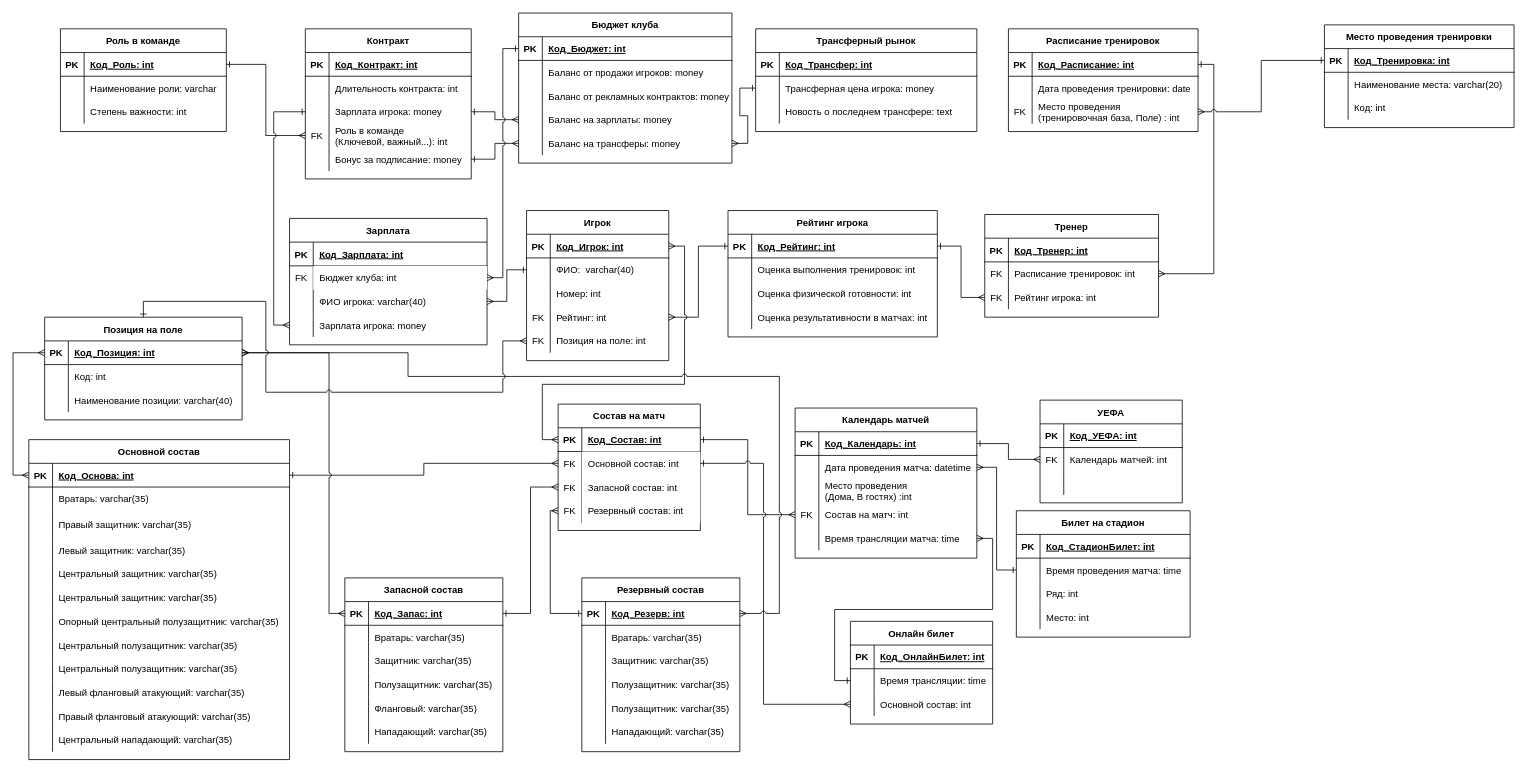
Earlier version of the draw.io diagram page "Page-1" (1 of 2) of ER Diagramm.drawio (Alexsander996/football). Source tidied: cells renumbered, new cells numbered last; positions are measured from the earlier drawing's top-left corner, leaving out a move shared by most shapes. Both pictures are drawn from the tidied source at 79%, with x=0, y=0 at pixel (13, 13).
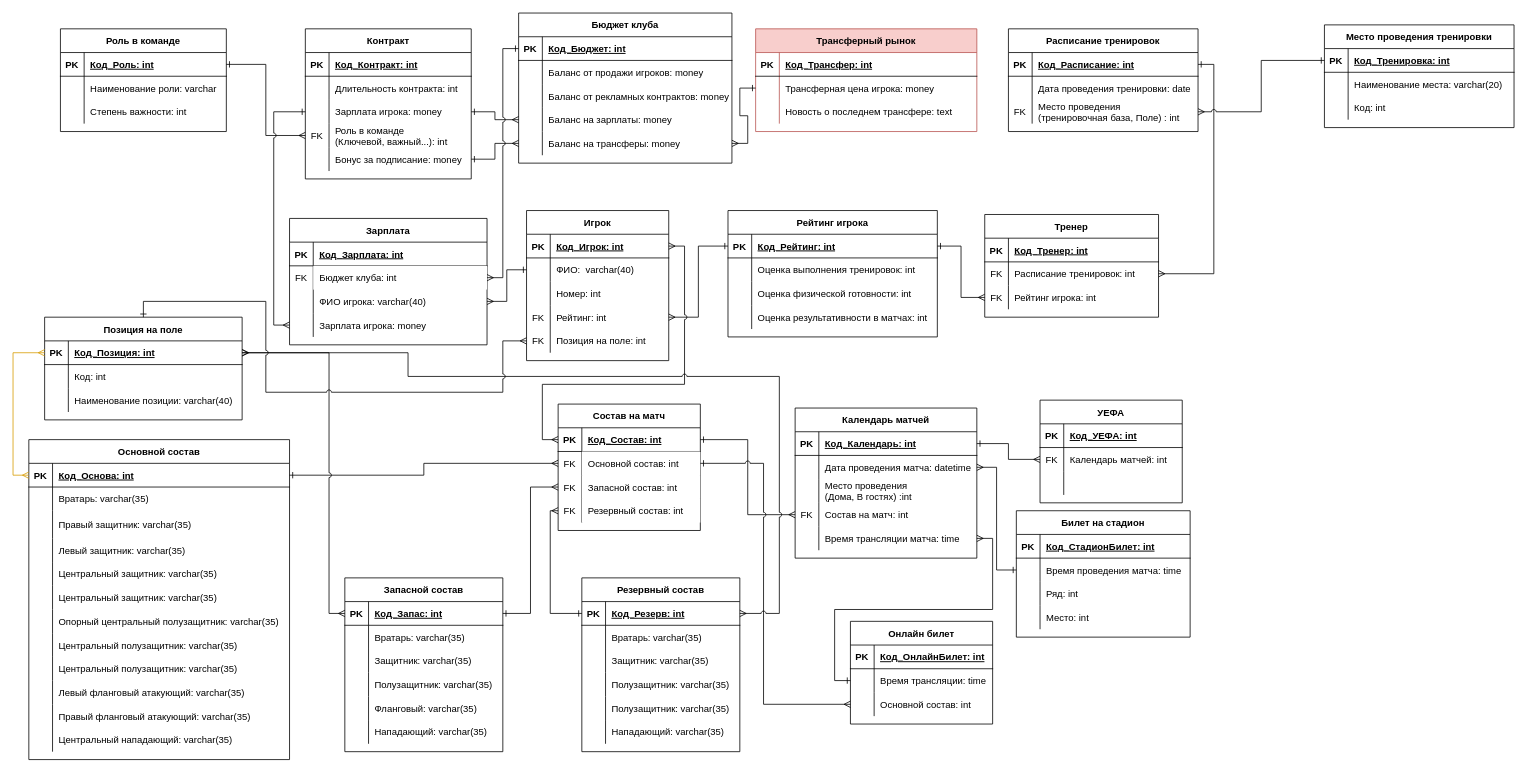
After the change.

The change refers to these unchanged cells:
```xml
<mxCell id="189" style="shape=partialRectangle;fillColor=none;top=0;left=0;bottom=1;right=0;points=[[0,0.5],[1,0.5]];portConstraint=eastwest;" parent="188" vertex="1">
  <mxGeometry y="30" width="330" height="30" as="geometry" />
</mxCell>
<mxCell id="284" style="shape=partialRectangle;fillColor=none;top=0;left=0;bottom=1;right=0;points=[[0,0.5],[1,0.5]];portConstraint=eastwest;" parent="283" vertex="1">
  <mxGeometry y="30" width="250" height="30" as="geometry" />
</mxCell>
```

Change to the diagram source:
```diff
@@
-    <mxCell id="41" value="Трансферный рынок" style="shape=table;startSize=30;childLayout=tableLayout;rowLines=0;fontStyle=1;align=center;" parent="1" vertex="1">
+    <mxCell id="41" value="Трансферный рынок" style="shape=table;startSize=30;childLayout=tableLayout;rowLines=0;fontStyle=1;align=center;fillColor=#f8cecc;strokeColor=#b85450;" parent="1" vertex="1">
       <mxGeometry x="940" y="20" width="280" height="130" as="geometry" />
     </mxCell>
@@
-    <mxCell id="296" style="edgeStyle=orthogonalEdgeStyle;rounded=0;jettySize=auto;html=1;entryX=0;entryY=0.5;entryDx=0;entryDy=0;startArrow=ERmany;startFill=0;endArrow=ERmany;endFill=0;" parent="1" edge="1" source="284" target="189">
+    <mxCell id="296" style="edgeStyle=orthogonalEdgeStyle;rounded=0;jettySize=auto;html=1;entryX=0;entryY=0.5;entryDx=0;entryDy=0;startArrow=ERmany;startFill=0;endArrow=ERmany;endFill=0;fillColor=#ffe6cc;strokeColor=#d79b00;" parent="1" edge="1" source="284" target="189">
       <mxGeometry relative="1" as="geometry">
         <Array as="points">
           <mxPoint y="430" />
           <mxPoint y="585" />
         </Array>
       </mxGeometry>
     </mxCell>
```
